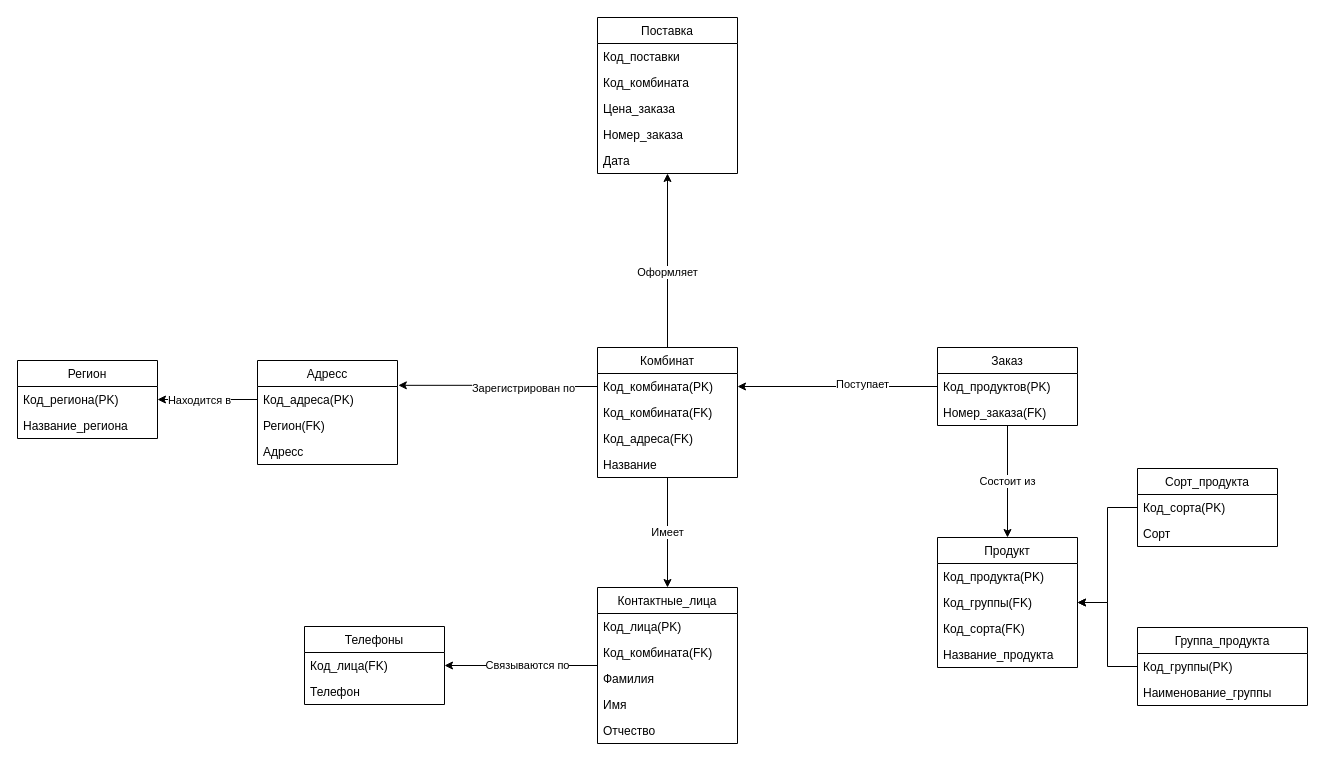
dariga5/Astanin.Teaching_Practice keeps this draw.io diagram as physical Diagram.drawio. Above is the earlier version. Source tidied: cells renumbered, new cells numbered last; positions are measured from the earlier drawing's top-left corner, leaving out a move shared by most shapes. Both pictures are drawn from the tidied source at 100%, with x=0, y=0 at pixel (17, 17).
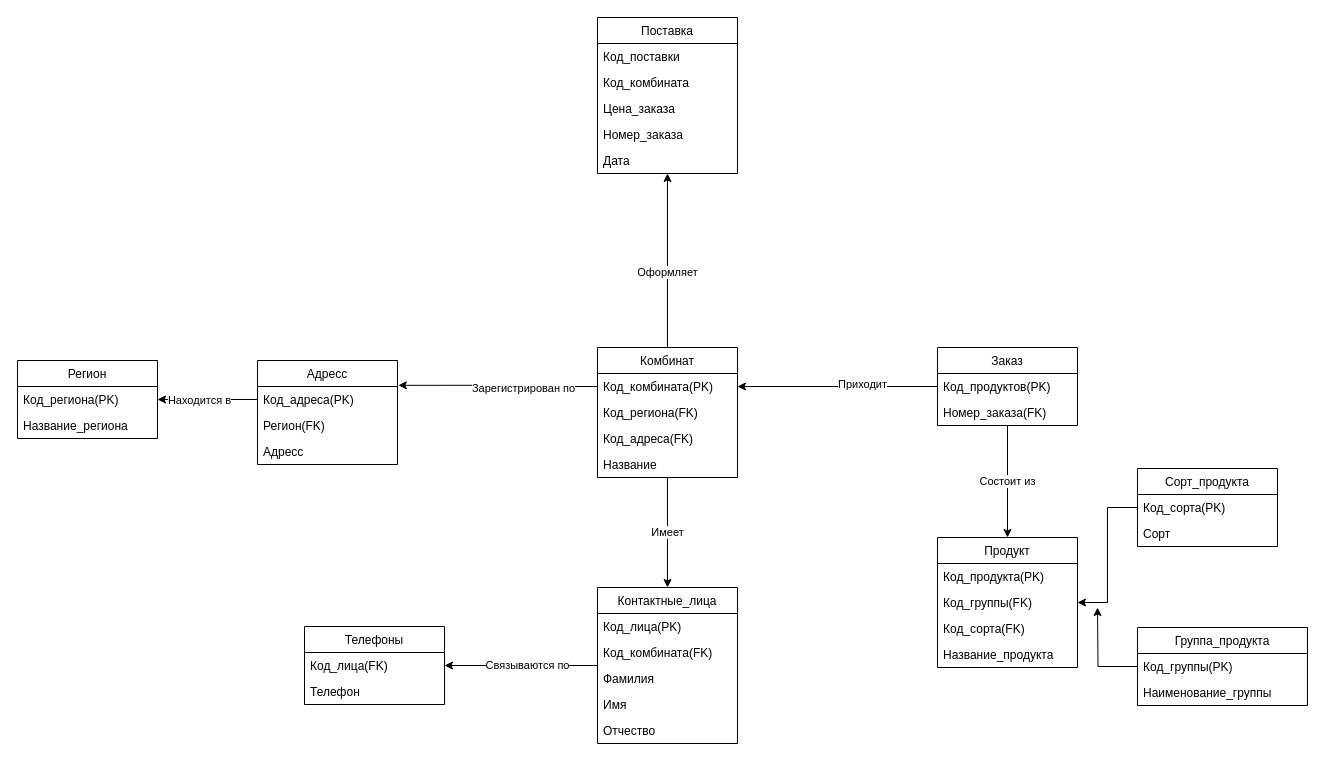
The same page after the edit.

Unchanged cells that the change refers to:
```xml
<mxCell id="3" value="Код_группы(PK)" style="text;strokeColor=none;fillColor=none;align=left;verticalAlign=top;spacingLeft=4;spacingRight=4;overflow=hidden;points=[[0,0.5],[1,0.5]];portConstraint=eastwest;" parent="2" vertex="1">
  <mxGeometry y="26" width="170" height="26" as="geometry" />
</mxCell>
<mxCell id="10" value="Код_группы(FK)" style="text;strokeColor=none;fillColor=none;align=left;verticalAlign=top;spacingLeft=4;spacingRight=4;overflow=hidden;points=[[0,0.5],[1,0.5]];portConstraint=eastwest;" parent="8" vertex="1">
  <mxGeometry y="52" width="140" height="26" as="geometry" />
</mxCell>
<mxCell id="23" value="Комбинат" style="swimlane;fontStyle=0;horizontal=1;startSize=26;fillColor=none;" parent="1" vertex="1">
  <mxGeometry x="580" y="330" width="140" height="130" as="geometry" />
</mxCell>
<mxCell id="49" style="edgeStyle=orthogonalEdgeStyle;rounded=0;jettySize=auto;html=1;exitX=0;exitY=0.5;exitDx=0;exitDy=0;entryX=1;entryY=0.5;entryDx=0;entryDy=0;" parent="1" edge="1" source="39" target="24">
  <mxGeometry relative="1" as="geometry" />
</mxCell>
```

What changed in the source:
```diff
@@
-    <mxCell id="25" value="Код_комбината(FK)" style="text;strokeColor=none;fillColor=none;align=left;verticalAlign=top;spacingLeft=4;spacingRight=4;overflow=hidden;" parent="23" vertex="1">
+    <mxCell id="25" value="Код_региона(FK)" style="text;strokeColor=none;fillColor=none;align=left;verticalAlign=top;spacingLeft=4;spacingRight=4;overflow=hidden;" parent="23" vertex="1">
       <mxGeometry y="52" width="140" height="26" as="geometry" />
     </mxCell>
@@
-    <mxCell id="50" value="Поступает" style="edgeLabel;html=1;align=center;verticalAlign=middle;" parent="49" vertex="1">
+    <mxCell id="50" value="Приходит" style="edgeLabel;html=1;align=center;verticalAlign=middle;" parent="49" vertex="1">
       <mxGeometry x="-0.24" y="-3" relative="1" as="geometry" />
     </mxCell>
@@
-    <mxCell id="55" style="edgeStyle=orthogonalEdgeStyle;rounded=0;jettySize=auto;html=1;exitX=0;exitY=0.5;exitDx=0;exitDy=0;entryX=1;entryY=0.5;entryDx=0;entryDy=0;" parent="1" edge="1" source="3" target="10">
-      <mxGeometry relative="1" as="geometry" />
+    <mxCell id="55" style="edgeStyle=orthogonalEdgeStyle;rounded=0;jettySize=auto;html=1;exitX=0;exitY=0.5;exitDx=0;exitDy=0;" parent="1" edge="1" source="3">
+      <mxGeometry relative="1" as="geometry">
+        <mxPoint x="1080" y="590" as="targetPoint" />
+      </mxGeometry>
     </mxCell>
```
